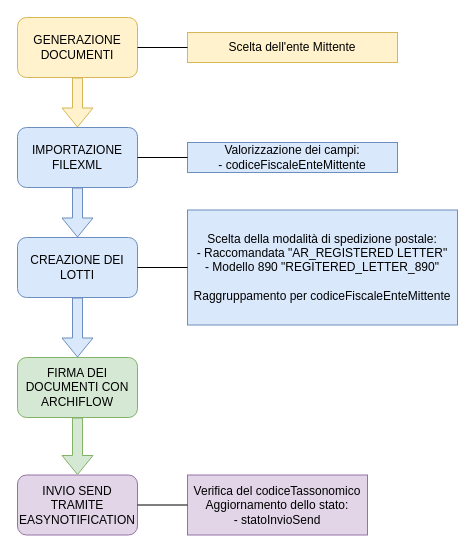
This is page "Caricamento" (1 of 5) of Easy Notification.drawio from marcogarbujoabaco/drawio, a draw.io file, before an edit. Source tidied: cells renumbered, new cells numbered last; positions are measured from the earlier drawing's top-left corner, leaving out a move shared by most shapes. Both pictures are drawn from the tidied source at 100%, with x=0, y=0 at pixel (17, 17).
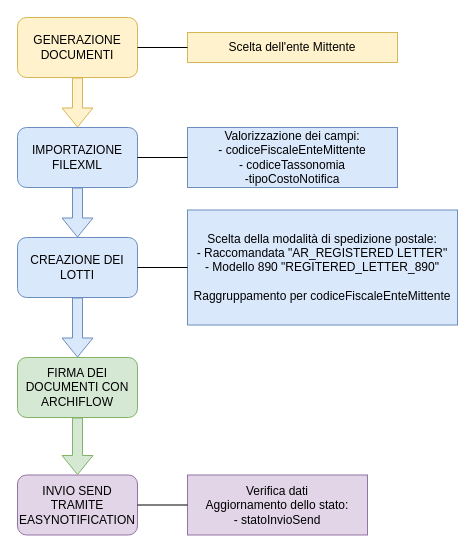
After the change.

Change to the diagram source:
```diff
@@
-    <mxCell id="6" value="Valorizzazione dei campi:&lt;br&gt;- codiceFiscaleEnteMittente" style="text;html=1;align=center;verticalAlign=middle;whiteSpace=wrap;rounded=0;strokeColor=#6c8ebf;fillColor=#dae8fc;" parent="1" vertex="1">
-      <mxGeometry x="170" y="125" width="210" height="30" as="geometry" />
+    <mxCell id="6" value="Valorizzazione dei campi:&lt;br&gt;- codiceFiscaleEnteMittente&lt;div&gt;- codiceTassonomia&lt;/div&gt;&lt;div&gt;-tipoCostoNotifica&lt;/div&gt;" style="text;html=1;align=center;verticalAlign=middle;whiteSpace=wrap;rounded=0;strokeColor=#6c8ebf;fillColor=#dae8fc;" parent="1" vertex="1">
+      <mxGeometry x="170" y="110" width="210" height="60" as="geometry" />
     </mxCell>
@@
-    <mxCell id="13" value="&lt;div&gt;Verifica del codiceTassonomico&lt;/div&gt;&lt;div&gt;&lt;span style=&quot;background-color: initial;&quot;&gt;Aggiornamento dello stato:&lt;/span&gt;&lt;/div&gt;&lt;div&gt;- statoInvioSend&lt;/div&gt;" style="text;html=1;align=center;verticalAlign=middle;whiteSpace=wrap;rounded=0;strokeColor=#9673a6;fillColor=#e1d5e7;" parent="1" vertex="1">
+    <mxCell id="13" value="&lt;div&gt;Verifica dati&lt;/div&gt;&lt;div&gt;&lt;span style=&quot;background-color: initial;&quot;&gt;Aggiornamento dello stato:&lt;/span&gt;&lt;/div&gt;&lt;div&gt;- statoInvioSend&lt;/div&gt;" style="text;html=1;align=center;verticalAlign=middle;whiteSpace=wrap;rounded=0;strokeColor=#9673a6;fillColor=#e1d5e7;" parent="1" vertex="1">
       <mxGeometry x="170" y="457.5" width="180" height="60" as="geometry" />
     </mxCell>
```
